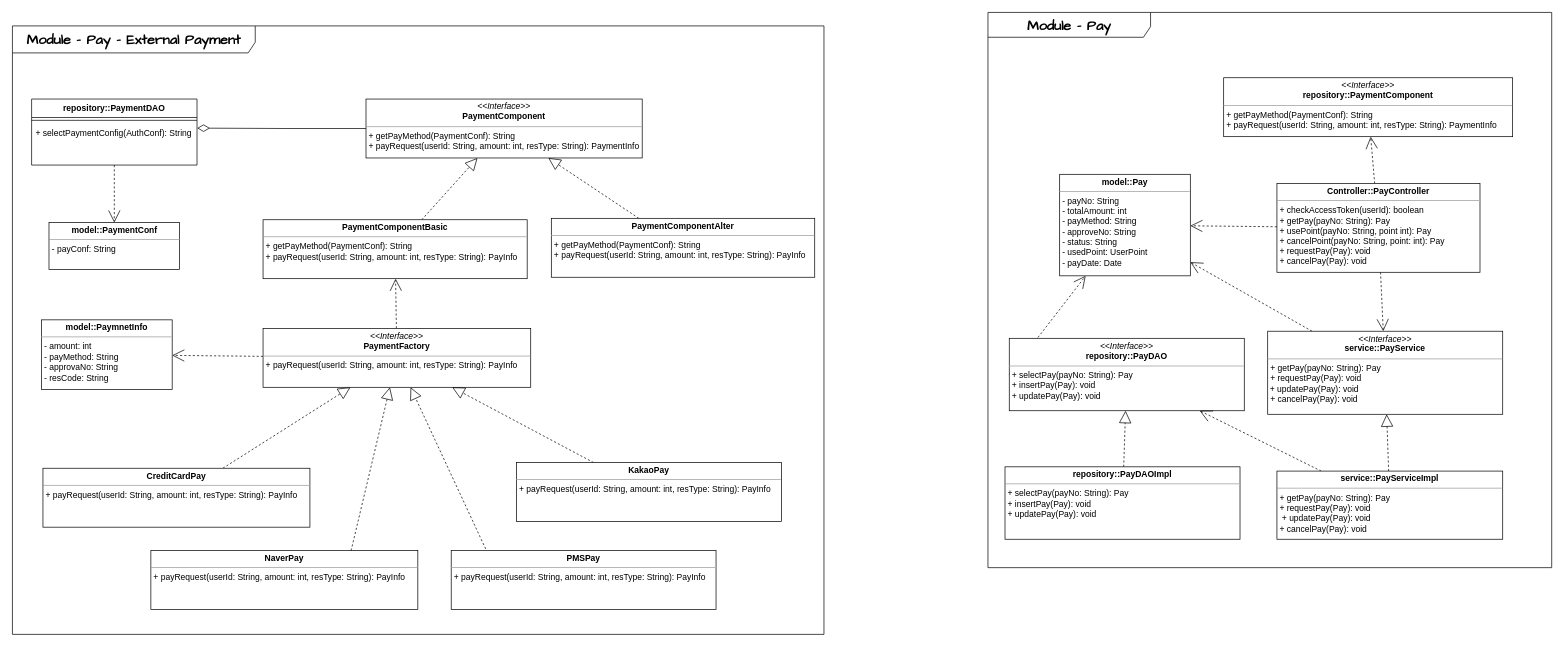
Above: Module/Pay.drawio in coldmu/aa_exam (draw.io), before the change. Source tidied: cells renumbered, new cells numbered last; positions are measured from the earlier drawing's top-left corner, leaving out a move shared by most shapes. Both pictures are drawn from the tidied source at 71%, with x=0, y=0 at pixel (12, 12).
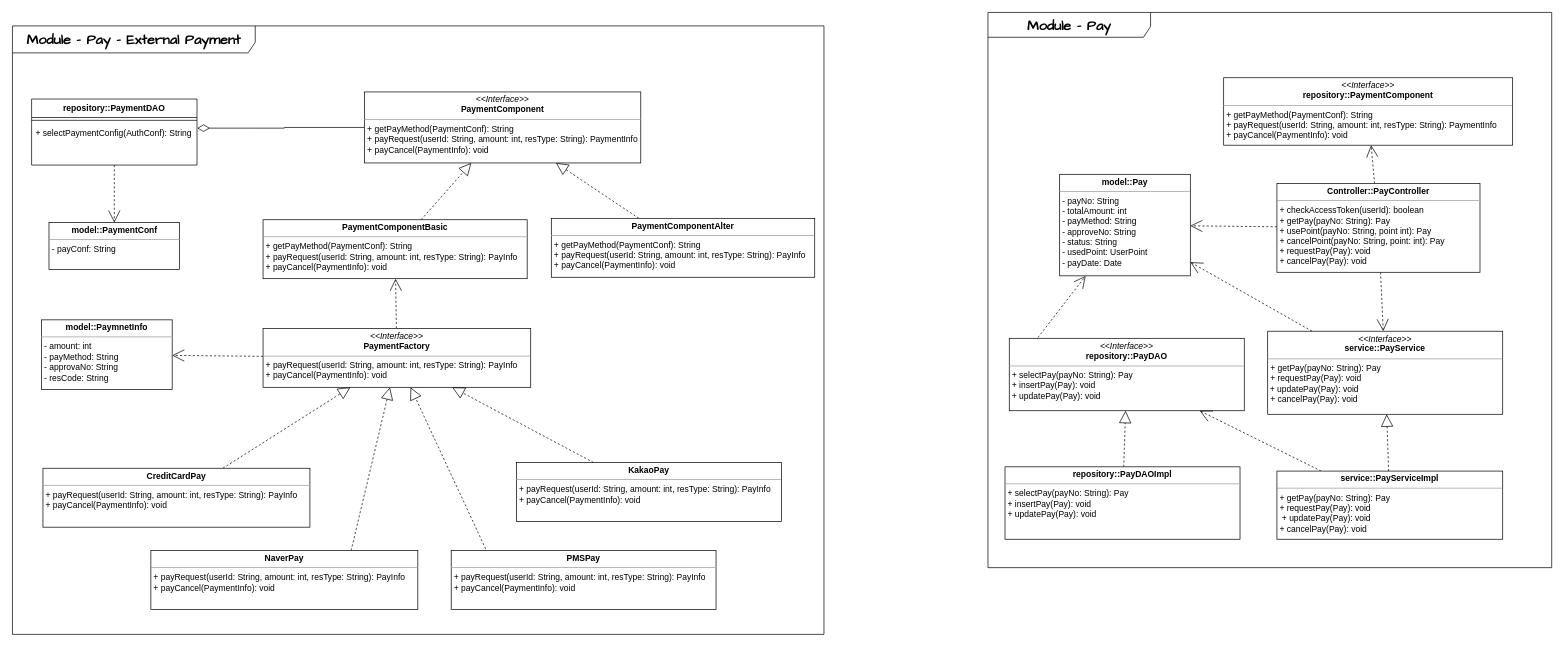
The same diagram, later.

Change to the diagram source:
```diff
@@
-    <mxCell id="8" value="&lt;p style=&quot;border-color: var(--border-color); margin: 4px 0px 0px; text-align: center;&quot;&gt;&lt;i style=&quot;border-color: var(--border-color);&quot;&gt;&amp;lt;&amp;lt;Interface&amp;gt;&amp;gt;&lt;/i&gt;&lt;br style=&quot;border-color: var(--border-color);&quot;&gt;&lt;b style=&quot;border-color: var(--border-color); background-color: initial;&quot;&gt;PaymentComponent&lt;/b&gt;&lt;/p&gt;&lt;p style=&quot;border-color: var(--border-color); margin: 4px 0px 0px; text-align: center;&quot;&gt;&lt;/p&gt;&lt;hr style=&quot;border-color: var(--border-color);&quot; size=&quot;1&quot;&gt;&lt;p style=&quot;border-color: var(--border-color); margin: 0px 0px 0px 4px;&quot;&gt;+ getPayMethod(PaymentConf): String&lt;br style=&quot;border-color: var(--border-color);&quot;&gt;&lt;/p&gt;&lt;p style=&quot;border-color: var(--border-color); margin: 0px 0px 0px 4px;&quot;&gt;+ payRequest(userId: String, amount: int, resType: String): PaymentInfo&lt;/p&gt;" style="verticalAlign=top;align=left;overflow=fill;fontSize=12;fontFamily=Helvetica;html=1;whiteSpace=wrap;" parent="1" vertex="1">
-      <mxGeometry x="498" y="122" width="389" height="83" as="geometry" />
+    <mxCell id="8" value="&lt;p style=&quot;border-color: var(--border-color); margin: 4px 0px 0px; text-align: center;&quot;&gt;&lt;i style=&quot;border-color: var(--border-color);&quot;&gt;&amp;lt;&amp;lt;Interface&amp;gt;&amp;gt;&lt;/i&gt;&lt;br style=&quot;border-color: var(--border-color);&quot;&gt;&lt;b style=&quot;border-color: var(--border-color); background-color: initial;&quot;&gt;PaymentComponent&lt;/b&gt;&lt;/p&gt;&lt;p style=&quot;border-color: var(--border-color); margin: 4px 0px 0px; text-align: center;&quot;&gt;&lt;/p&gt;&lt;hr style=&quot;border-color: var(--border-color);&quot; size=&quot;1&quot;&gt;&lt;p style=&quot;border-color: var(--border-color); margin: 0px 0px 0px 4px;&quot;&gt;+ getPayMethod(PaymentConf): String&lt;br style=&quot;border-color: var(--border-color);&quot;&gt;&lt;/p&gt;&lt;p style=&quot;border-color: var(--border-color); margin: 0px 0px 0px 4px;&quot;&gt;+ payRequest(userId: String, amount: int, resType: String): PaymentInfo&lt;/p&gt;&lt;p style=&quot;border-color: var(--border-color); margin: 0px 0px 0px 4px;&quot;&gt;+ payCancel(PaymentInfo): void&lt;br&gt;&lt;/p&gt;" style="verticalAlign=top;align=left;overflow=fill;fontSize=12;fontFamily=Helvetica;html=1;whiteSpace=wrap;" parent="1" vertex="1">
+      <mxGeometry x="496" y="112" width="389" height="100" as="geometry" />
     </mxCell>
@@
-    <mxCell id="11" value="&lt;p style=&quot;margin:0px;margin-top:4px;text-align:center;&quot;&gt;&lt;b style=&quot;background-color: initial;&quot;&gt;PaymentComponentBasic&lt;/b&gt;&lt;/p&gt;&lt;p style=&quot;margin:0px;margin-top:4px;text-align:center;&quot;&gt;&lt;/p&gt;&lt;hr size=&quot;1&quot;&gt;&lt;p style=&quot;border-color: var(--border-color); margin: 0px 0px 0px 4px;&quot;&gt;+ getPayMethod(PaymentConf): String&lt;br style=&quot;border-color: var(--border-color);&quot;&gt;&lt;/p&gt;&lt;p style=&quot;border-color: var(--border-color); margin: 0px 0px 0px 4px;&quot;&gt;+ payRequest(userId: String, amount: int, resType: String): PayInfo&lt;/p&gt;" style="verticalAlign=top;align=left;overflow=fill;fontSize=12;fontFamily=Helvetica;html=1;whiteSpace=wrap;" parent="1" vertex="1">
+    <mxCell id="11" value="&lt;p style=&quot;margin:0px;margin-top:4px;text-align:center;&quot;&gt;&lt;b style=&quot;background-color: initial;&quot;&gt;PaymentComponentBasic&lt;/b&gt;&lt;/p&gt;&lt;p style=&quot;margin:0px;margin-top:4px;text-align:center;&quot;&gt;&lt;/p&gt;&lt;hr size=&quot;1&quot;&gt;&lt;p style=&quot;border-color: var(--border-color); margin: 0px 0px 0px 4px;&quot;&gt;+ getPayMethod(PaymentConf): String&lt;br style=&quot;border-color: var(--border-color);&quot;&gt;&lt;/p&gt;&lt;p style=&quot;border-color: var(--border-color); margin: 0px 0px 0px 4px;&quot;&gt;+ payRequest(userId: String, amount: int, resType: String): PayInfo&lt;/p&gt;&lt;p style=&quot;border-color: var(--border-color); margin: 0px 0px 0px 4px;&quot;&gt;+ payCancel(PaymentInfo): void&lt;br&gt;&lt;/p&gt;" style="verticalAlign=top;align=left;overflow=fill;fontSize=12;fontFamily=Helvetica;html=1;whiteSpace=wrap;" parent="1" vertex="1">
       <mxGeometry x="353" y="292" width="372" height="83" as="geometry" />
     </mxCell>
@@
-    <mxCell id="13" value="&lt;p style=&quot;margin:0px;margin-top:4px;text-align:center;&quot;&gt;&lt;b style=&quot;background-color: initial;&quot;&gt;PaymentComponentAlter&lt;/b&gt;&lt;/p&gt;&lt;p style=&quot;margin:0px;margin-top:4px;text-align:center;&quot;&gt;&lt;/p&gt;&lt;hr size=&quot;1&quot;&gt;&lt;p style=&quot;border-color: var(--border-color); margin: 0px 0px 0px 4px;&quot;&gt;+ getPayMethod(PaymentConf): String&lt;br style=&quot;border-color: var(--border-color);&quot;&gt;&lt;/p&gt;&lt;p style=&quot;border-color: var(--border-color); margin: 0px 0px 0px 4px;&quot;&gt;+ payRequest(userId: String, amount: int, resType: String): PayInfo&lt;/p&gt;" style="verticalAlign=top;align=left;overflow=fill;fontSize=12;fontFamily=Helvetica;html=1;whiteSpace=wrap;" parent="1" vertex="1">
+    <mxCell id="13" value="&lt;p style=&quot;margin:0px;margin-top:4px;text-align:center;&quot;&gt;&lt;b style=&quot;background-color: initial;&quot;&gt;PaymentComponentAlter&lt;/b&gt;&lt;/p&gt;&lt;p style=&quot;margin:0px;margin-top:4px;text-align:center;&quot;&gt;&lt;/p&gt;&lt;hr size=&quot;1&quot;&gt;&lt;p style=&quot;border-color: var(--border-color); margin: 0px 0px 0px 4px;&quot;&gt;+ getPayMethod(PaymentConf): String&lt;br style=&quot;border-color: var(--border-color);&quot;&gt;&lt;/p&gt;&lt;p style=&quot;border-color: var(--border-color); margin: 0px 0px 0px 4px;&quot;&gt;+ payRequest(userId: String, amount: int, resType: String): PayInfo&lt;/p&gt;&lt;p style=&quot;border-color: var(--border-color); margin: 0px 0px 0px 4px;&quot;&gt;+ payCancel(PaymentInfo): void&lt;br&gt;&lt;/p&gt;" style="verticalAlign=top;align=left;overflow=fill;fontSize=12;fontFamily=Helvetica;html=1;whiteSpace=wrap;" parent="1" vertex="1">
       <mxGeometry x="759" y="290" width="371" height="83" as="geometry" />
     </mxCell>
@@
-    <mxCell id="16" value="&lt;p style=&quot;margin:0px;margin-top:4px;text-align:center;&quot;&gt;&lt;i&gt;&amp;lt;&amp;lt;Interface&amp;gt;&amp;gt;&lt;/i&gt;&lt;br&gt;&lt;b style=&quot;background-color: initial;&quot;&gt;PaymentFactory&lt;/b&gt;&lt;/p&gt;&lt;p style=&quot;margin:0px;margin-top:4px;text-align:center;&quot;&gt;&lt;/p&gt;&lt;hr size=&quot;1&quot;&gt;&lt;p style=&quot;margin:0px;margin-left:4px;&quot;&gt;+ payRequest(userId: String, amount: int, resType: String): PayInfo&lt;br&gt;&lt;/p&gt;" style="verticalAlign=top;align=left;overflow=fill;fontSize=12;fontFamily=Helvetica;html=1;whiteSpace=wrap;" parent="1" vertex="1">
+    <mxCell id="16" value="&lt;p style=&quot;margin:0px;margin-top:4px;text-align:center;&quot;&gt;&lt;i&gt;&amp;lt;&amp;lt;Interface&amp;gt;&amp;gt;&lt;/i&gt;&lt;br&gt;&lt;b style=&quot;background-color: initial;&quot;&gt;PaymentFactory&lt;/b&gt;&lt;/p&gt;&lt;p style=&quot;margin:0px;margin-top:4px;text-align:center;&quot;&gt;&lt;/p&gt;&lt;hr size=&quot;1&quot;&gt;&lt;p style=&quot;margin:0px;margin-left:4px;&quot;&gt;+ payRequest(userId: String, amount: int, resType: String): PayInfo&lt;br&gt;&lt;/p&gt;&lt;p style=&quot;margin:0px;margin-left:4px;&quot;&gt;+ payCancel(PaymentInfo): void&lt;br&gt;&lt;/p&gt;" style="verticalAlign=top;align=left;overflow=fill;fontSize=12;fontFamily=Helvetica;html=1;whiteSpace=wrap;" parent="1" vertex="1">
       <mxGeometry x="353" y="445" width="377" height="83" as="geometry" />
     </mxCell>
@@
-    <mxCell id="19" value="&lt;p style=&quot;margin:0px;margin-top:4px;text-align:center;&quot;&gt;&lt;b style=&quot;background-color: initial;&quot;&gt;NaverPay&lt;/b&gt;&lt;/p&gt;&lt;p style=&quot;margin:0px;margin-top:4px;text-align:center;&quot;&gt;&lt;/p&gt;&lt;hr size=&quot;1&quot;&gt;&lt;p style=&quot;margin:0px;margin-left:4px;&quot;&gt;+ payRequest(userId: String, amount: int, resType: String): PayInfo&lt;br&gt;&lt;/p&gt;" style="verticalAlign=top;align=left;overflow=fill;fontSize=12;fontFamily=Helvetica;html=1;whiteSpace=wrap;" parent="1" vertex="1">
+    <mxCell id="19" value="&lt;p style=&quot;margin:0px;margin-top:4px;text-align:center;&quot;&gt;&lt;b style=&quot;background-color: initial;&quot;&gt;NaverPay&lt;/b&gt;&lt;/p&gt;&lt;p style=&quot;margin:0px;margin-top:4px;text-align:center;&quot;&gt;&lt;/p&gt;&lt;hr size=&quot;1&quot;&gt;&lt;p style=&quot;margin:0px;margin-left:4px;&quot;&gt;+ payRequest(userId: String, amount: int, resType: String): PayInfo&lt;br&gt;&lt;/p&gt;&lt;p style=&quot;margin:0px;margin-left:4px;&quot;&gt;+ payCancel(PaymentInfo): void&lt;br&gt;&lt;/p&gt;" style="verticalAlign=top;align=left;overflow=fill;fontSize=12;fontFamily=Helvetica;html=1;whiteSpace=wrap;" parent="1" vertex="1">
       <mxGeometry x="195" y="758" width="376" height="83" as="geometry" />
     </mxCell>
@@
-    <mxCell id="21" value="&lt;p style=&quot;margin:0px;margin-top:4px;text-align:center;&quot;&gt;&lt;b style=&quot;background-color: initial;&quot;&gt;KakaoPay&lt;/b&gt;&lt;/p&gt;&lt;p style=&quot;margin:0px;margin-top:4px;text-align:center;&quot;&gt;&lt;/p&gt;&lt;hr size=&quot;1&quot;&gt;&lt;p style=&quot;margin:0px;margin-left:4px;&quot;&gt;+ payRequest(userId: String, amount: int, resType: String): PayInfo&lt;br&gt;&lt;/p&gt;" style="verticalAlign=top;align=left;overflow=fill;fontSize=12;fontFamily=Helvetica;html=1;whiteSpace=wrap;" parent="1" vertex="1">
+    <mxCell id="21" value="&lt;p style=&quot;margin:0px;margin-top:4px;text-align:center;&quot;&gt;&lt;b style=&quot;background-color: initial;&quot;&gt;KakaoPay&lt;/b&gt;&lt;/p&gt;&lt;p style=&quot;margin:0px;margin-top:4px;text-align:center;&quot;&gt;&lt;/p&gt;&lt;hr size=&quot;1&quot;&gt;&lt;p style=&quot;margin:0px;margin-left:4px;&quot;&gt;+ payRequest(userId: String, amount: int, resType: String): PayInfo&lt;br&gt;&lt;/p&gt;&lt;p style=&quot;margin:0px;margin-left:4px;&quot;&gt;+ payCancel(PaymentInfo): void&lt;br&gt;&lt;/p&gt;" style="verticalAlign=top;align=left;overflow=fill;fontSize=12;fontFamily=Helvetica;html=1;whiteSpace=wrap;" parent="1" vertex="1">
       <mxGeometry x="710" y="634" width="373" height="83" as="geometry" />
     </mxCell>
@@
-    <mxCell id="24" value="&lt;p style=&quot;margin:0px;margin-top:4px;text-align:center;&quot;&gt;&lt;i&gt;&amp;lt;&amp;lt;Interface&amp;gt;&amp;gt;&lt;/i&gt;&lt;br&gt;&lt;b style=&quot;background-color: initial;&quot;&gt;repository::PaymentComponent&lt;/b&gt;&lt;/p&gt;&lt;p style=&quot;margin:0px;margin-top:4px;text-align:center;&quot;&gt;&lt;/p&gt;&lt;hr size=&quot;1&quot;&gt;&lt;p style=&quot;margin:0px;margin-left:4px;&quot;&gt;+ getPayMethod(PaymentConf): String&lt;br&gt;&lt;/p&gt;&lt;p style=&quot;margin:0px;margin-left:4px;&quot;&gt;+ payRequest(userId: String, amount: int, resType: String): PaymentInfo&lt;/p&gt;&lt;p style=&quot;margin:0px;margin-left:4px;&quot;&gt;&lt;br&gt;&lt;/p&gt;" style="verticalAlign=top;align=left;overflow=fill;fontSize=12;fontFamily=Helvetica;html=1;whiteSpace=wrap;" parent="1" vertex="1">
-      <mxGeometry x="1706" y="92" width="407" height="83" as="geometry" />
+    <mxCell id="24" value="&lt;p style=&quot;margin:0px;margin-top:4px;text-align:center;&quot;&gt;&lt;i&gt;&amp;lt;&amp;lt;Interface&amp;gt;&amp;gt;&lt;/i&gt;&lt;br&gt;&lt;b style=&quot;background-color: initial;&quot;&gt;repository::PaymentComponent&lt;/b&gt;&lt;/p&gt;&lt;p style=&quot;margin:0px;margin-top:4px;text-align:center;&quot;&gt;&lt;/p&gt;&lt;hr size=&quot;1&quot;&gt;&lt;p style=&quot;margin:0px;margin-left:4px;&quot;&gt;+ getPayMethod(PaymentConf): String&lt;br&gt;&lt;/p&gt;&lt;p style=&quot;margin:0px;margin-left:4px;&quot;&gt;+ payRequest(userId: String, amount: int, resType: String): PaymentInfo&lt;/p&gt;&lt;p style=&quot;margin:0px;margin-left:4px;&quot;&gt;+ payCancel(PaymentInfo): void&lt;/p&gt;&lt;p style=&quot;margin:0px;margin-left:4px;&quot;&gt;&lt;br&gt;&lt;/p&gt;" style="verticalAlign=top;align=left;overflow=fill;fontSize=12;fontFamily=Helvetica;html=1;whiteSpace=wrap;" parent="1" vertex="1">
+      <mxGeometry x="1706" y="92" width="407" height="95" as="geometry" />
     </mxCell>
@@
-    <mxCell id="39" value="&lt;p style=&quot;margin:0px;margin-top:4px;text-align:center;&quot;&gt;&lt;b style=&quot;background-color: initial;&quot;&gt;CreditCardPay&lt;/b&gt;&lt;/p&gt;&lt;p style=&quot;margin:0px;margin-top:4px;text-align:center;&quot;&gt;&lt;/p&gt;&lt;hr size=&quot;1&quot;&gt;&lt;p style=&quot;margin:0px;margin-left:4px;&quot;&gt;+ payRequest(userId: String, amount: int, resType: String): PayInfo&lt;br&gt;&lt;/p&gt;" style="verticalAlign=top;align=left;overflow=fill;fontSize=12;fontFamily=Helvetica;html=1;whiteSpace=wrap;" parent="1" vertex="1">
+    <mxCell id="39" value="&lt;p style=&quot;margin:0px;margin-top:4px;text-align:center;&quot;&gt;&lt;b style=&quot;background-color: initial;&quot;&gt;CreditCardPay&lt;/b&gt;&lt;/p&gt;&lt;p style=&quot;margin:0px;margin-top:4px;text-align:center;&quot;&gt;&lt;/p&gt;&lt;hr size=&quot;1&quot;&gt;&lt;p style=&quot;margin:0px;margin-left:4px;&quot;&gt;+ payRequest(userId: String, amount: int, resType: String): PayInfo&lt;br&gt;&lt;/p&gt;&lt;p style=&quot;margin:0px;margin-left:4px;&quot;&gt;+ payCancel(PaymentInfo): void&lt;br&gt;&lt;/p&gt;" style="verticalAlign=top;align=left;overflow=fill;fontSize=12;fontFamily=Helvetica;html=1;whiteSpace=wrap;" parent="1" vertex="1">
       <mxGeometry x="43" y="642" width="376" height="83" as="geometry" />
     </mxCell>
-    <mxCell id="40" value="&lt;p style=&quot;margin:0px;margin-top:4px;text-align:center;&quot;&gt;&lt;b style=&quot;background-color: initial;&quot;&gt;PMSPay&lt;/b&gt;&lt;/p&gt;&lt;p style=&quot;margin:0px;margin-top:4px;text-align:center;&quot;&gt;&lt;/p&gt;&lt;hr size=&quot;1&quot;&gt;&lt;p style=&quot;margin:0px;margin-left:4px;&quot;&gt;+ payRequest(userId: String, amount: int, resType: String): PayInfo&lt;br&gt;&lt;/p&gt;" style="verticalAlign=top;align=left;overflow=fill;fontSize=12;fontFamily=Helvetica;html=1;whiteSpace=wrap;" parent="1" vertex="1">
+    <mxCell id="40" value="&lt;p style=&quot;margin:0px;margin-top:4px;text-align:center;&quot;&gt;&lt;b style=&quot;background-color: initial;&quot;&gt;PMSPay&lt;/b&gt;&lt;/p&gt;&lt;p style=&quot;margin:0px;margin-top:4px;text-align:center;&quot;&gt;&lt;/p&gt;&lt;hr size=&quot;1&quot;&gt;&lt;p style=&quot;margin:0px;margin-left:4px;&quot;&gt;+ payRequest(userId: String, amount: int, resType: String): PayInfo&lt;br&gt;&lt;/p&gt;&lt;p style=&quot;margin:0px;margin-left:4px;&quot;&gt;+ payCancel(PaymentInfo): void&lt;br&gt;&lt;/p&gt;" style="verticalAlign=top;align=left;overflow=fill;fontSize=12;fontFamily=Helvetica;html=1;whiteSpace=wrap;" parent="1" vertex="1">
       <mxGeometry x="618" y="758" width="373" height="83" as="geometry" />
     </mxCell>
```
